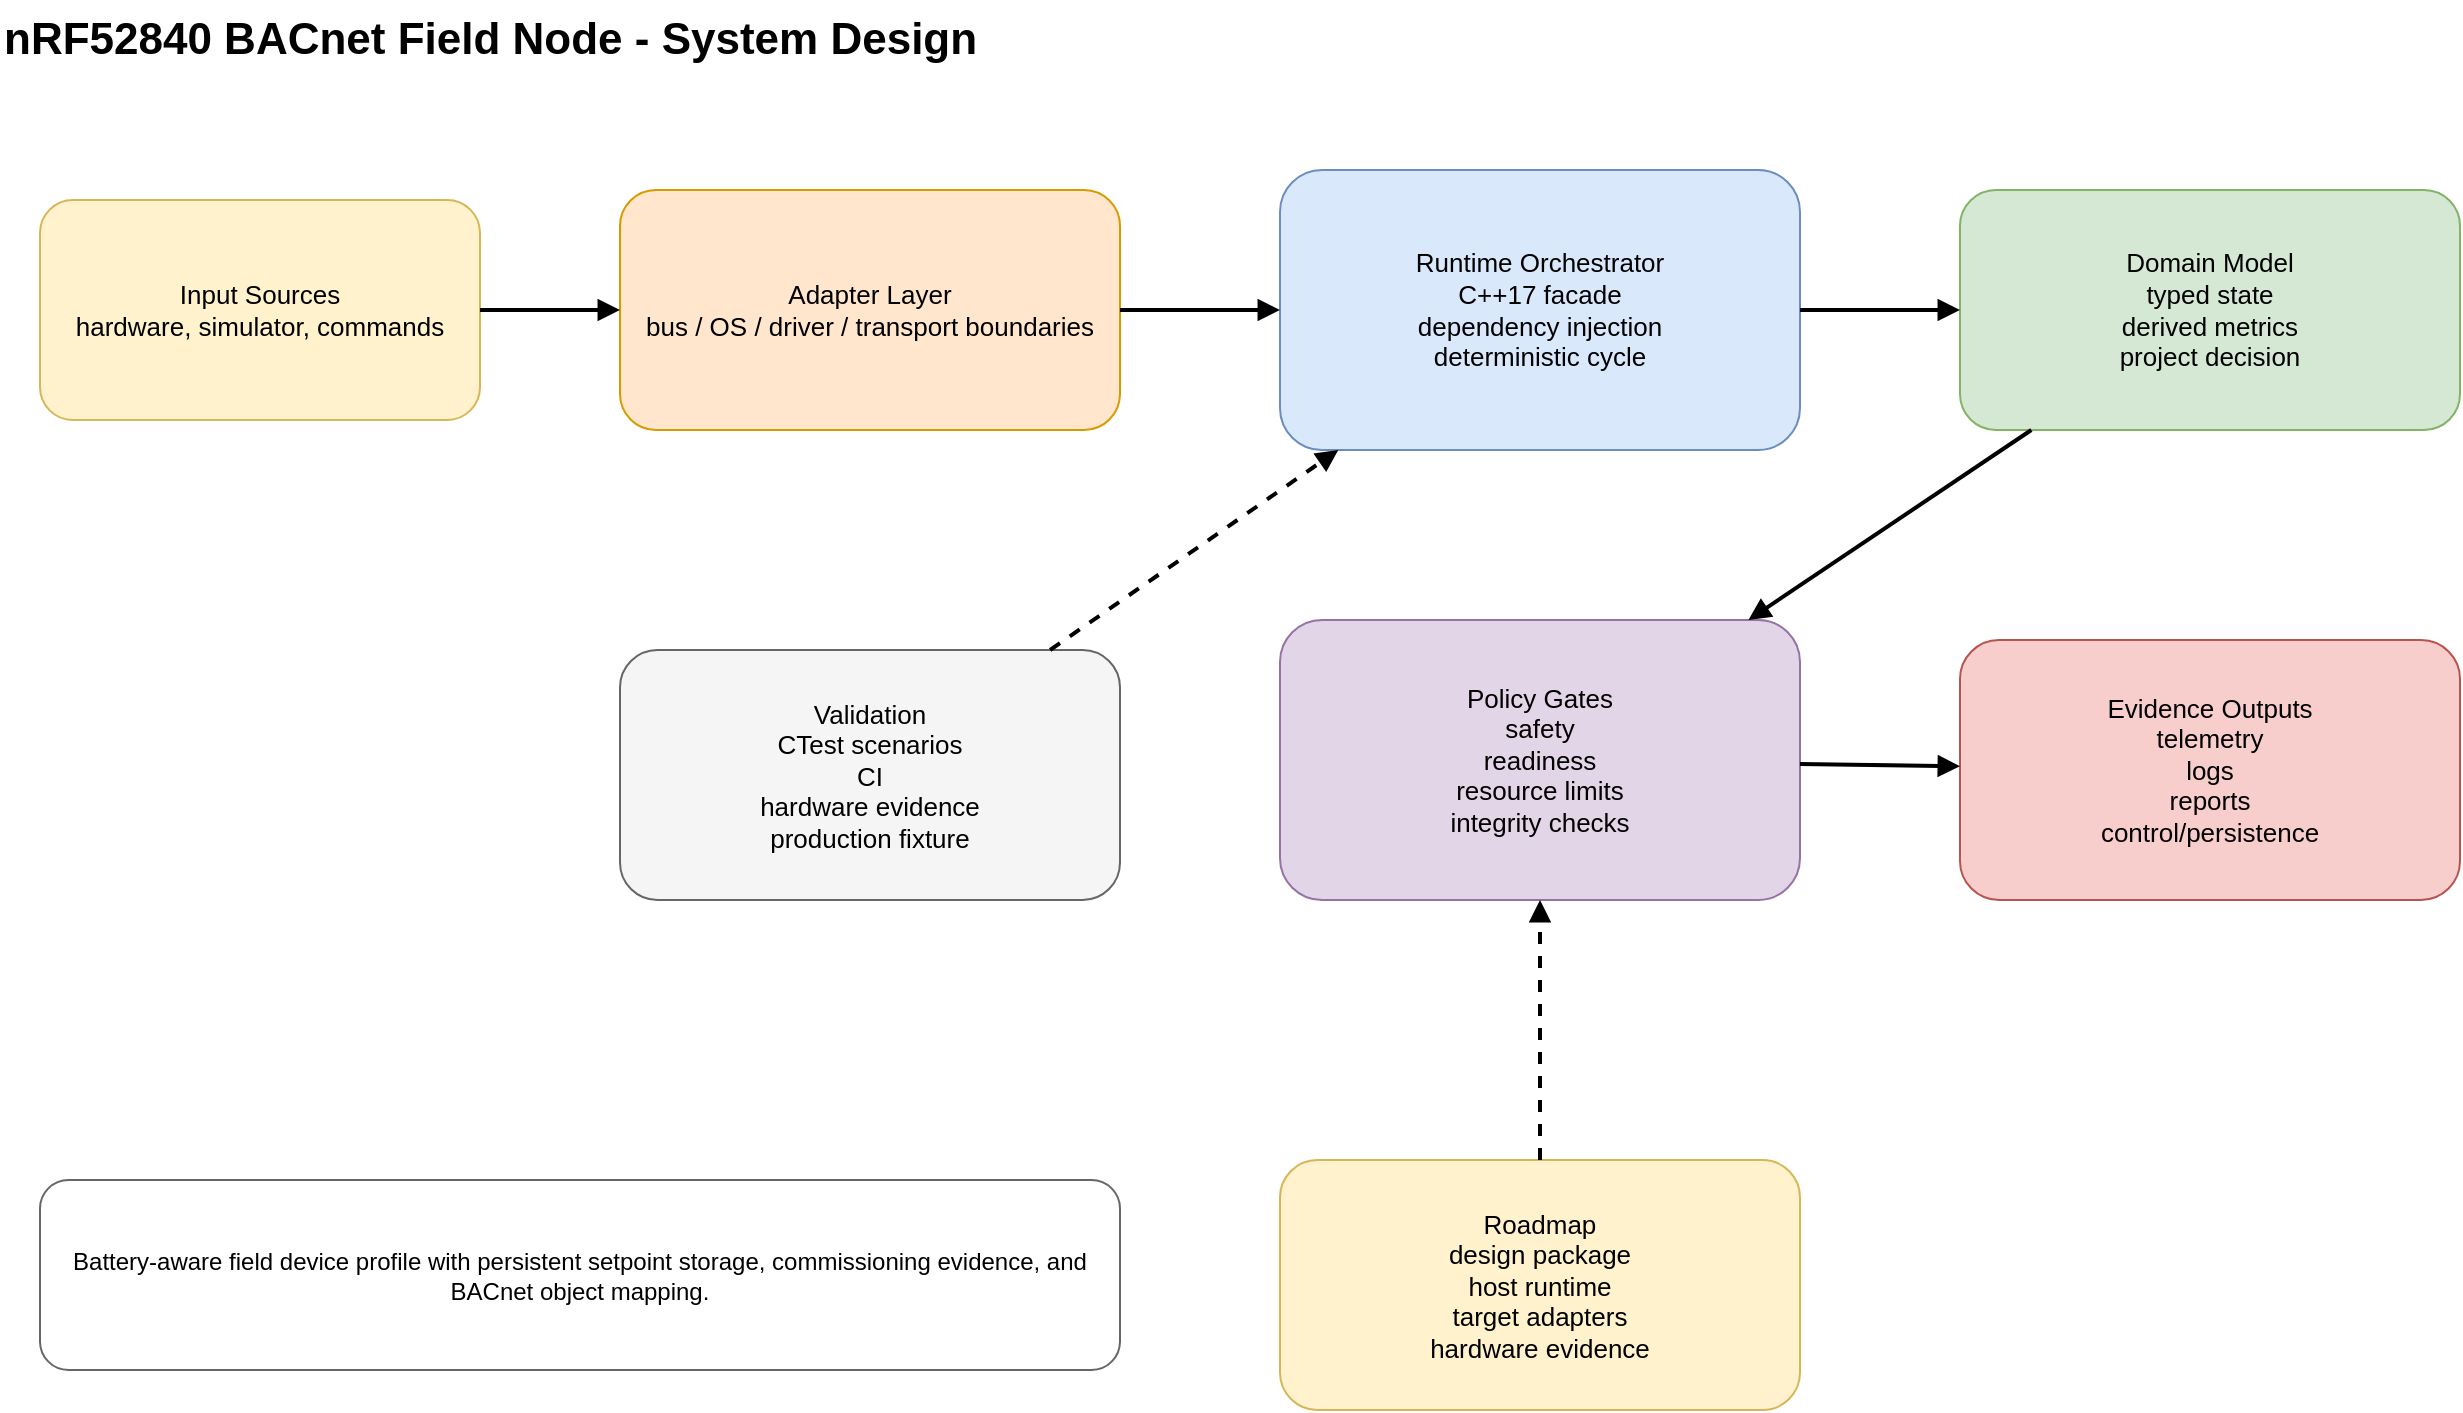
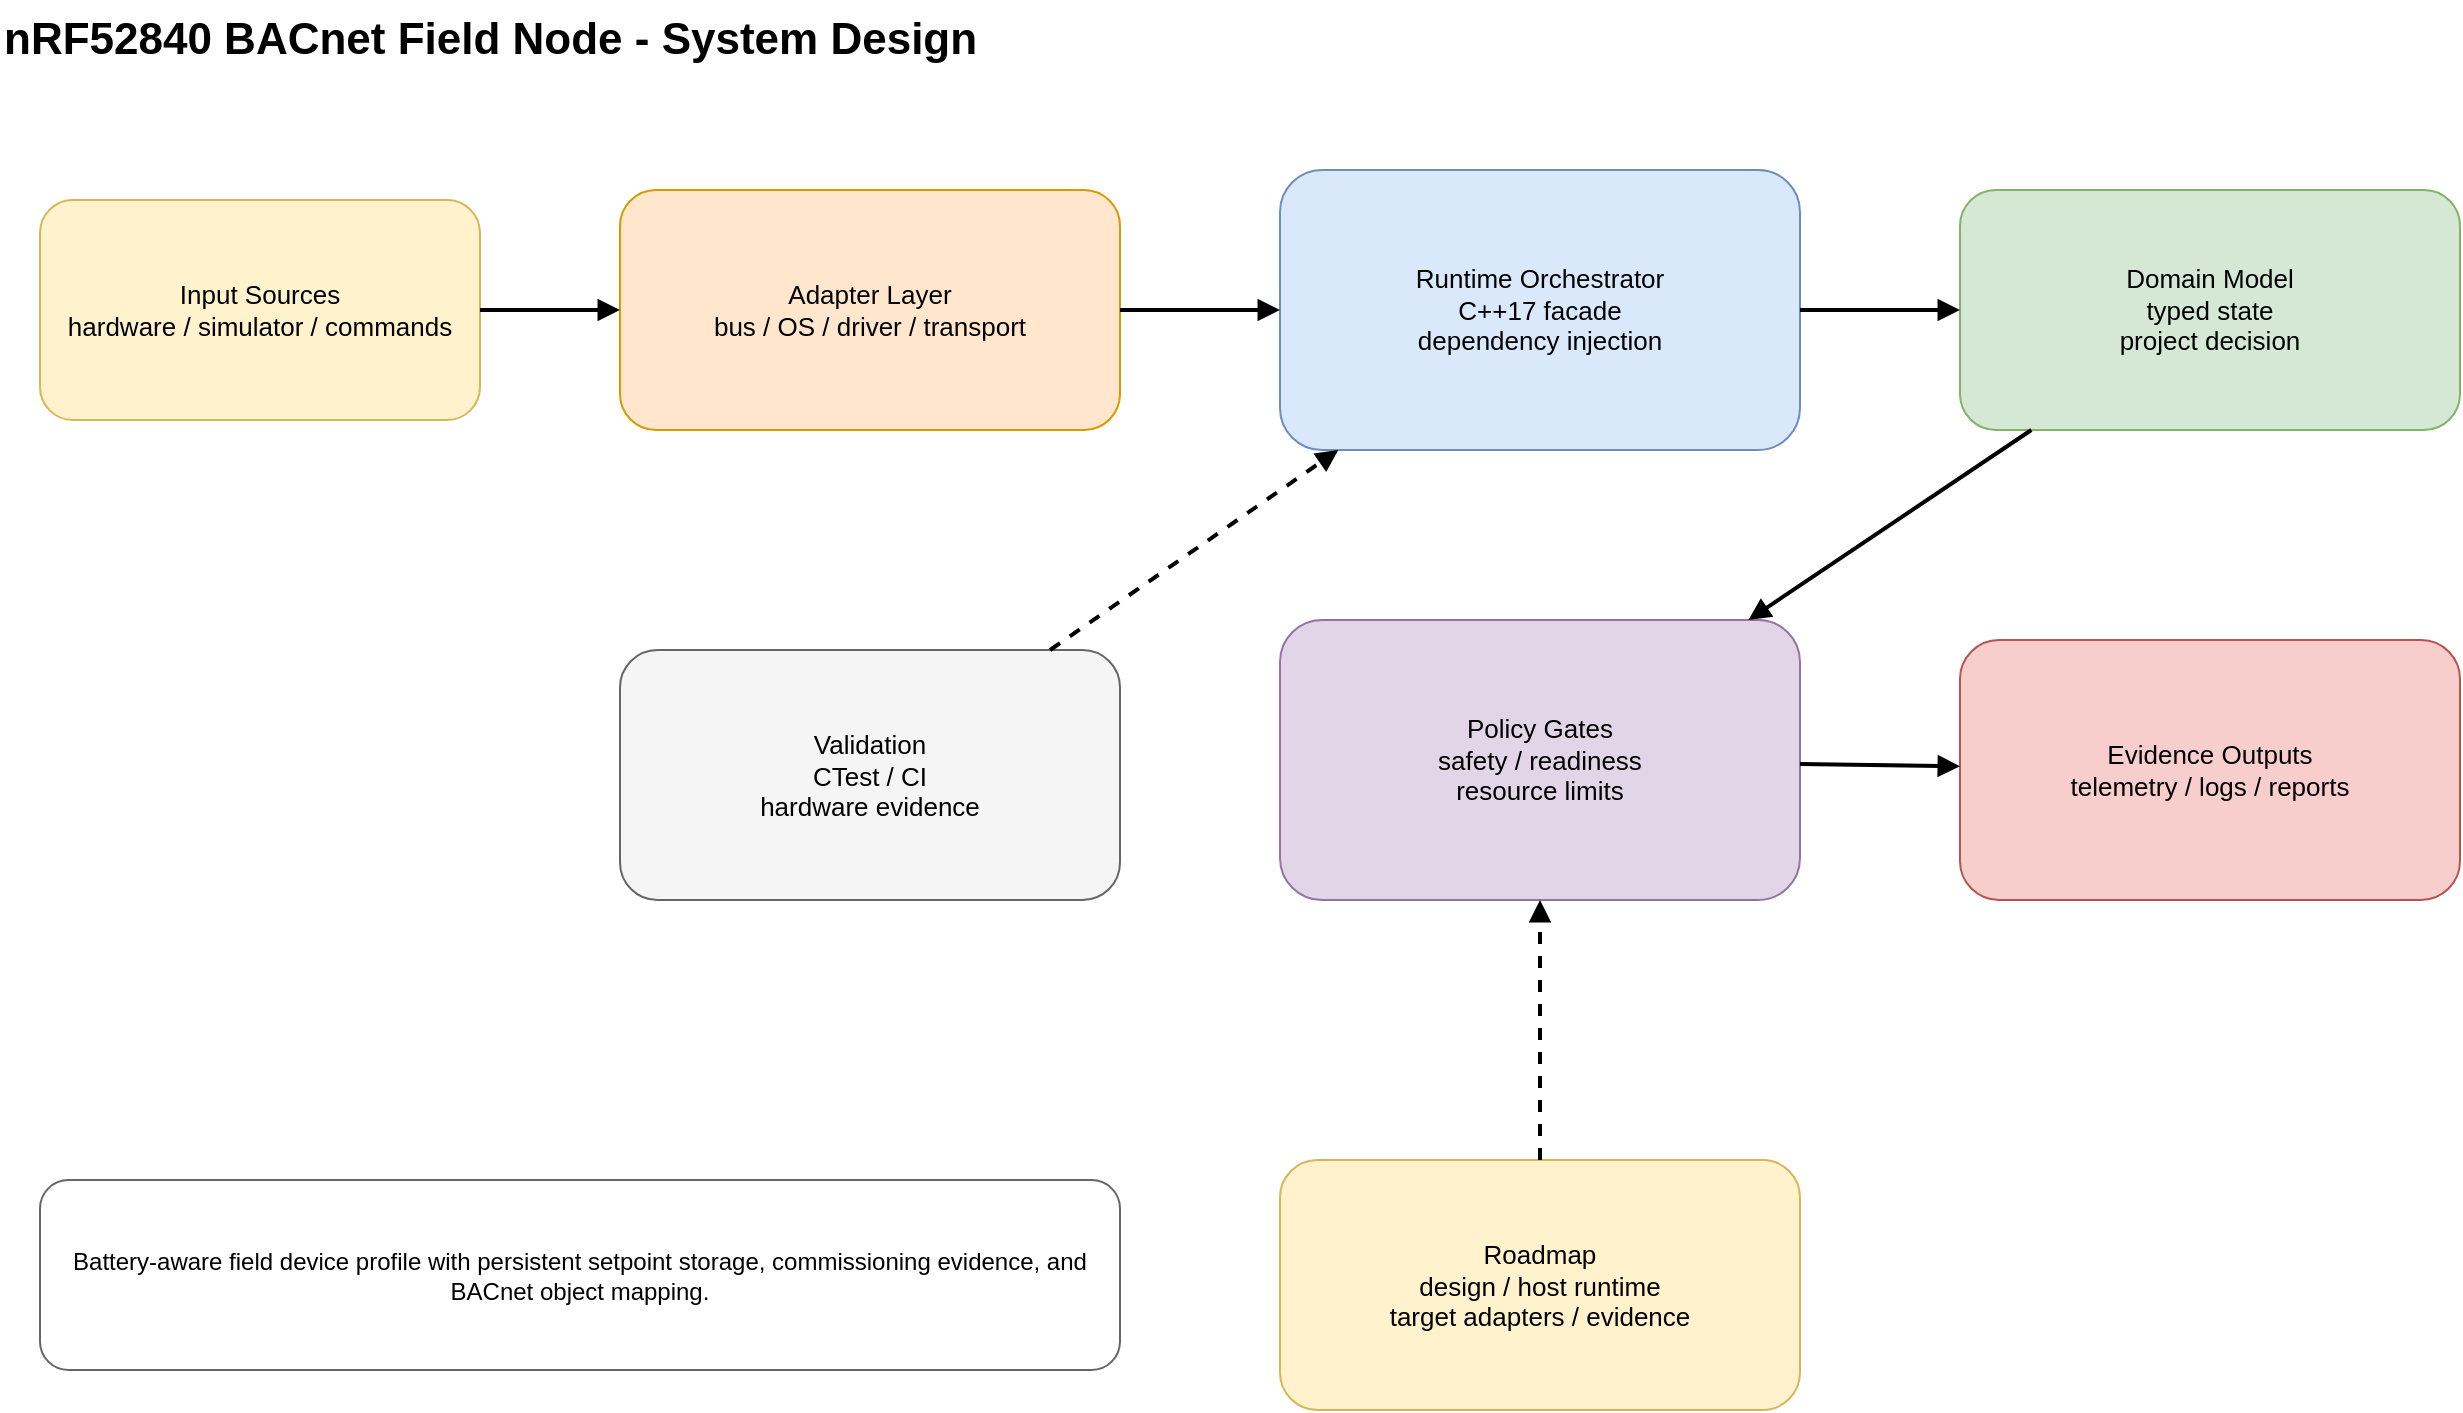
- <mxfile host="app.diagrams.net">
-   <diagram id="nrf52840-bacnet-field-node-design" name="System Design">
-     <mxGraphModel dx="1422" dy="794" grid="1" gridSize="10" guides="1" tooltips="1" connect="1" arrows="1" fold="1" page="1" pageScale="1" pageWidth="1400" pageHeight="900" math="0" shadow="0">
-       <root>
-         <mxCell id="0"/>
-         <mxCell id="1" parent="0"/>
-         <mxCell id="title" value="nRF52840 BACnet Field Node - System Design" style="text;html=1;strokeColor=none;fillColor=none;fontSize=22;fontStyle=1" vertex="1" parent="1"><mxGeometry x="40" y="20" width="760" height="40" as="geometry"/></mxCell>
-         <mxCell id="input" value="Input Sources&#xa;hardware, simulator, commands" style="rounded=1;whiteSpace=wrap;html=1;fillColor=#fff2cc;strokeColor=#d6b656;fontSize=13" vertex="1" parent="1"><mxGeometry x="60" y="120" width="220" height="110" as="geometry"/></mxCell>
-         <mxCell id="adapter" value="Adapter Layer&#xa;bus / OS / driver / transport boundaries" style="rounded=1;whiteSpace=wrap;html=1;fillColor=#ffe6cc;strokeColor=#d79b00;fontSize=13" vertex="1" parent="1"><mxGeometry x="350" y="115" width="250" height="120" as="geometry"/></mxCell>
-         <mxCell id="runtime" value="Runtime Orchestrator&#xa;C++17 facade&#xa;dependency injection&#xa;deterministic cycle" style="rounded=1;whiteSpace=wrap;html=1;fillColor=#dae8fc;strokeColor=#6c8ebf;fontSize=13" vertex="1" parent="1"><mxGeometry x="680" y="105" width="260" height="140" as="geometry"/></mxCell>
-         <mxCell id="domain" value="Domain Model&#xa;typed state&#xa;derived metrics&#xa;project decision" style="rounded=1;whiteSpace=wrap;html=1;fillColor=#d5e8d4;strokeColor=#82b366;fontSize=13" vertex="1" parent="1"><mxGeometry x="1020" y="115" width="250" height="120" as="geometry"/></mxCell>
-         <mxCell id="policy" value="Policy Gates&#xa;safety&#xa;readiness&#xa;resource limits&#xa;integrity checks" style="rounded=1;whiteSpace=wrap;html=1;fillColor=#e1d5e7;strokeColor=#9673a6;fontSize=13" vertex="1" parent="1"><mxGeometry x="680" y="330" width="260" height="140" as="geometry"/></mxCell>
-         <mxCell id="output" value="Evidence Outputs&#xa;telemetry&#xa;logs&#xa;reports&#xa;control/persistence" style="rounded=1;whiteSpace=wrap;html=1;fillColor=#f8cecc;strokeColor=#b85450;fontSize=13" vertex="1" parent="1"><mxGeometry x="1020" y="340" width="250" height="130" as="geometry"/></mxCell>
-         <mxCell id="tests" value="Validation&#xa;CTest scenarios&#xa;CI&#xa;hardware evidence&#xa;production fixture" style="rounded=1;whiteSpace=wrap;html=1;fillColor=#f5f5f5;strokeColor=#666666;fontSize=13" vertex="1" parent="1"><mxGeometry x="350" y="345" width="250" height="125" as="geometry"/></mxCell>
-         <mxCell id="roadmap" value="Roadmap&#xa;design package&#xa;host runtime&#xa;target adapters&#xa;hardware evidence" style="rounded=1;whiteSpace=wrap;html=1;fillColor=#fff2cc;strokeColor=#d6b656;fontSize=13" vertex="1" parent="1"><mxGeometry x="680" y="600" width="260" height="125" as="geometry"/></mxCell>
-         <mxCell id="summary" value="Battery-aware field device profile with persistent setpoint storage, commissioning evidence, and BACnet object mapping." style="rounded=1;whiteSpace=wrap;html=1;fillColor=#ffffff;strokeColor=#666666;fontSize=12" vertex="1" parent="1"><mxGeometry x="60" y="610" width="540" height="95" as="geometry"/></mxCell>
-         <mxCell id="e1" style="endArrow=block;html=1;rounded=0;strokeWidth=2" edge="1" parent="1" source="input" target="adapter"><mxGeometry relative="1" as="geometry"/></mxCell>
-         <mxCell id="e2" style="endArrow=block;html=1;rounded=0;strokeWidth=2" edge="1" parent="1" source="adapter" target="runtime"><mxGeometry relative="1" as="geometry"/></mxCell>
-         <mxCell id="e3" style="endArrow=block;html=1;rounded=0;strokeWidth=2" edge="1" parent="1" source="runtime" target="domain"><mxGeometry relative="1" as="geometry"/></mxCell>
-         <mxCell id="e4" style="endArrow=block;html=1;rounded=0;strokeWidth=2" edge="1" parent="1" source="domain" target="policy"><mxGeometry relative="1" as="geometry"/></mxCell>
-         <mxCell id="e5" style="endArrow=block;html=1;rounded=0;strokeWidth=2" edge="1" parent="1" source="policy" target="output"><mxGeometry relative="1" as="geometry"/></mxCell>
-         <mxCell id="e6" style="endArrow=block;html=1;rounded=0;strokeWidth=2;dashed=1" edge="1" parent="1" source="tests" target="runtime"><mxGeometry relative="1" as="geometry"/></mxCell>
-         <mxCell id="e7" style="endArrow=block;html=1;rounded=0;strokeWidth=2;dashed=1" edge="1" parent="1" source="roadmap" target="policy"><mxGeometry relative="1" as="geometry"/></mxCell>
-       </root>
-     </mxGraphModel>
-   </diagram>
- </mxfile>
+ <mxfile host="app.diagrams.net"><diagram id="nrf52840-bacnet-field-node-system-design" name="System Design"><mxGraphModel dx="1422" dy="794" grid="1" gridSize="10" guides="1" tooltips="1" connect="1" arrows="1" fold="1" page="1" pageScale="1" pageWidth="1400" pageHeight="900" math="0" shadow="0"><root><mxCell id="0"/><mxCell id="1" parent="0"/><mxCell id="title" value="nRF52840 BACnet Field Node - System Design" style="text;html=1;strokeColor=none;fillColor=none;fontSize=22;fontStyle=1" vertex="1" parent="1"><mxGeometry x="40" y="20" width="780" height="40" as="geometry"/></mxCell><mxCell id="input" value="Input Sources&#xa;hardware / simulator / commands" style="rounded=1;whiteSpace=wrap;html=1;fillColor=#fff2cc;strokeColor=#d6b656;fontSize=13" vertex="1" parent="1"><mxGeometry x="60" y="120" width="220" height="110" as="geometry"/></mxCell><mxCell id="adapter" value="Adapter Layer&#xa;bus / OS / driver / transport" style="rounded=1;whiteSpace=wrap;html=1;fillColor=#ffe6cc;strokeColor=#d79b00;fontSize=13" vertex="1" parent="1"><mxGeometry x="350" y="115" width="250" height="120" as="geometry"/></mxCell><mxCell id="runtime" value="Runtime Orchestrator&#xa;C++17 facade&#xa;dependency injection" style="rounded=1;whiteSpace=wrap;html=1;fillColor=#dae8fc;strokeColor=#6c8ebf;fontSize=13" vertex="1" parent="1"><mxGeometry x="680" y="105" width="260" height="140" as="geometry"/></mxCell><mxCell id="domain" value="Domain Model&#xa;typed state&#xa;project decision" style="rounded=1;whiteSpace=wrap;html=1;fillColor=#d5e8d4;strokeColor=#82b366;fontSize=13" vertex="1" parent="1"><mxGeometry x="1020" y="115" width="250" height="120" as="geometry"/></mxCell><mxCell id="policy" value="Policy Gates&#xa;safety / readiness&#xa;resource limits" style="rounded=1;whiteSpace=wrap;html=1;fillColor=#e1d5e7;strokeColor=#9673a6;fontSize=13" vertex="1" parent="1"><mxGeometry x="680" y="330" width="260" height="140" as="geometry"/></mxCell><mxCell id="output" value="Evidence Outputs&#xa;telemetry / logs / reports" style="rounded=1;whiteSpace=wrap;html=1;fillColor=#f8cecc;strokeColor=#b85450;fontSize=13" vertex="1" parent="1"><mxGeometry x="1020" y="340" width="250" height="130" as="geometry"/></mxCell><mxCell id="tests" value="Validation&#xa;CTest / CI&#xa;hardware evidence" style="rounded=1;whiteSpace=wrap;html=1;fillColor=#f5f5f5;strokeColor=#666666;fontSize=13" vertex="1" parent="1"><mxGeometry x="350" y="345" width="250" height="125" as="geometry"/></mxCell><mxCell id="summary" value="Battery-aware field device profile with persistent setpoint storage, commissioning evidence, and BACnet object mapping." style="rounded=1;whiteSpace=wrap;html=1;fillColor=#ffffff;strokeColor=#666666;fontSize=12" vertex="1" parent="1"><mxGeometry x="60" y="610" width="540" height="95" as="geometry"/></mxCell><mxCell id="roadmap" value="Roadmap&#xa;design / host runtime&#xa;target adapters / evidence" style="rounded=1;whiteSpace=wrap;html=1;fillColor=#fff2cc;strokeColor=#d6b656;fontSize=13" vertex="1" parent="1"><mxGeometry x="680" y="600" width="260" height="125" as="geometry"/></mxCell><mxCell id="e1" style="endArrow=block;html=1;rounded=0;strokeWidth=2" edge="1" parent="1" source="input" target="adapter"><mxGeometry relative="1" as="geometry"/></mxCell><mxCell id="e2" style="endArrow=block;html=1;rounded=0;strokeWidth=2" edge="1" parent="1" source="adapter" target="runtime"><mxGeometry relative="1" as="geometry"/></mxCell><mxCell id="e3" style="endArrow=block;html=1;rounded=0;strokeWidth=2" edge="1" parent="1" source="runtime" target="domain"><mxGeometry relative="1" as="geometry"/></mxCell><mxCell id="e4" style="endArrow=block;html=1;rounded=0;strokeWidth=2" edge="1" parent="1" source="domain" target="policy"><mxGeometry relative="1" as="geometry"/></mxCell><mxCell id="e5" style="endArrow=block;html=1;rounded=0;strokeWidth=2" edge="1" parent="1" source="policy" target="output"><mxGeometry relative="1" as="geometry"/></mxCell><mxCell id="e6" style="endArrow=block;html=1;rounded=0;strokeWidth=2;dashed=1" edge="1" parent="1" source="tests" target="runtime"><mxGeometry relative="1" as="geometry"/></mxCell><mxCell id="e7" style="endArrow=block;html=1;rounded=0;strokeWidth=2;dashed=1" edge="1" parent="1" source="roadmap" target="policy"><mxGeometry relative="1" as="geometry"/></mxCell></root></mxGraphModel></diagram></mxfile>
